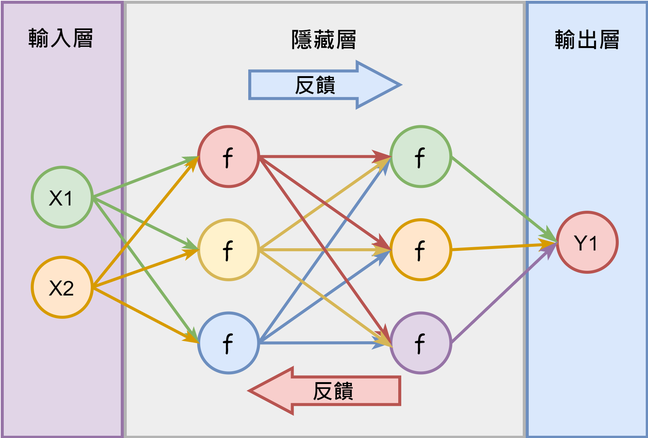
50733146/4072pj1 keeps this draw.io diagram as images/類神經網路架構.png. Above is the earlier version. Source tidied: cells renumbered, new cells last; positions are measured from the earlier drawing's top-left corner, leaving out a move shared by most shapes.
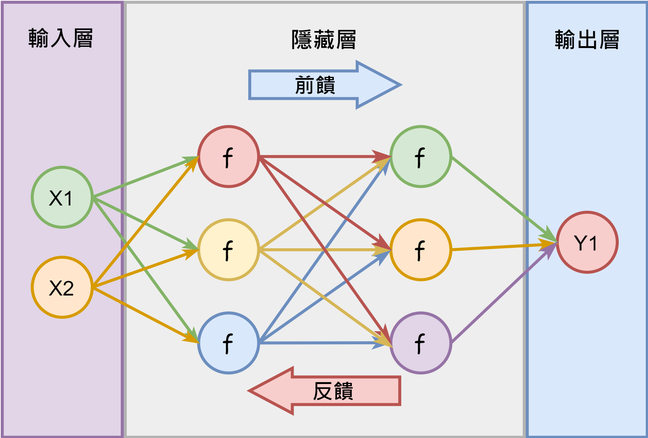
Above is the later version.

The edit, as a diff of the source:
```diff
@@ -117,7 +117,7 @@
     <mxCell id="38" value="&lt;font style=&quot;font-size: 14px&quot;&gt;&lt;b&gt;反饋&lt;/b&gt;&lt;/font&gt;" style="shape=singleArrow;direction=west;whiteSpace=wrap;html=1;strokeColor=#b85450;strokeWidth=2;fillColor=#f8cecc;arrowWidth=0.6122600686961202;arrowSize=0.2835633587015087;spacingBottom=1;spacingLeft=12;" parent="1" vertex="1">
       <mxGeometry x="165" y="244" width="100" height="30" as="geometry" />
     </mxCell>
-    <mxCell id="39" value="&lt;font style=&quot;font-size: 14px&quot;&gt;&lt;b&gt;反饋&lt;/b&gt;&lt;/font&gt;" style="shape=singleArrow;direction=west;whiteSpace=wrap;html=1;strokeColor=#6c8ebf;strokeWidth=2;fillColor=#dae8fc;arrowWidth=0.6122600686961202;arrowSize=0.2835633587015087;spacingBottom=1;spacingLeft=0;flipV=0;flipH=1;spacingRight=12;" parent="1" vertex="1">
+    <mxCell id="39" value="&lt;font style=&quot;font-size: 14px&quot;&gt;&lt;b&gt;前饋&lt;/b&gt;&lt;/font&gt;" style="shape=singleArrow;direction=west;whiteSpace=wrap;html=1;strokeColor=#6c8ebf;strokeWidth=2;fillColor=#dae8fc;arrowWidth=0.6122600686961202;arrowSize=0.2835633587015087;spacingBottom=1;spacingLeft=0;flipV=0;flipH=1;spacingRight=12;" parent="1" vertex="1">
       <mxGeometry x="165" y="40" width="100" height="30" as="geometry" />
     </mxCell>
   </root>
```
